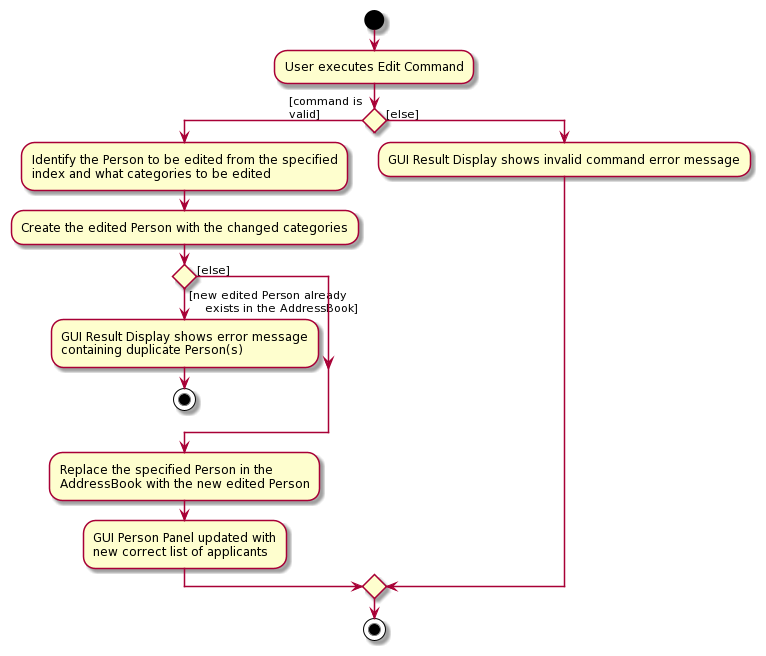
Before: docs/images/EditCommandActivityDiagram.png, a diagram exported from PlantUML (nus-cs2103-AY2122S1/tp). Its diagram source:
```plantuml
@startuml
start
:User executes Edit Command;


if () then ([command is
valid])

    :Identify the Person to be edited from the specified
    index and what categories to be edited;
    :Create the edited Person with the changed categories;

    if () then ([new edited Person already
    exists in the AddressBook])

        :GUI Result Display shows error message
        containing duplicate Person(s);

        stop

    else ([else])
    endif

    :Replace the specified Person in the
    AddressBook with the new edited Person;

    :GUI Person Panel updated with
    new correct list of applicants;
else ([else])

:GUI Result Display shows invalid command error message;

endif
stop
@enduml
```
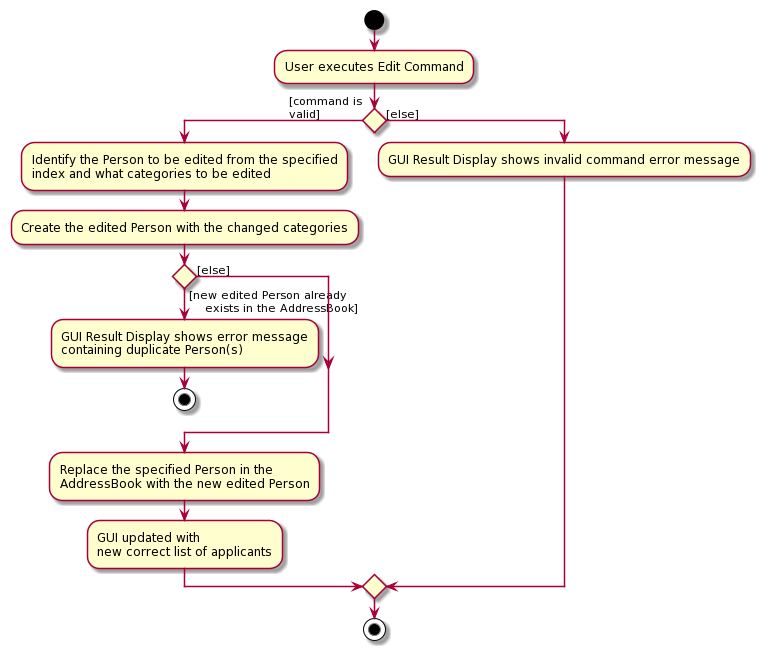
After the change.

Commit message:
Change Edit Command Activity Diagram

Change to the diagram source:
```diff
@@ -24,7 +24,7 @@
     :Replace the specified Person in the
     AddressBook with the new edited Person;
 
-    :GUI Person Panel updated with
+    :GUI updated with
     new correct list of applicants;
 else ([else])
 
```
